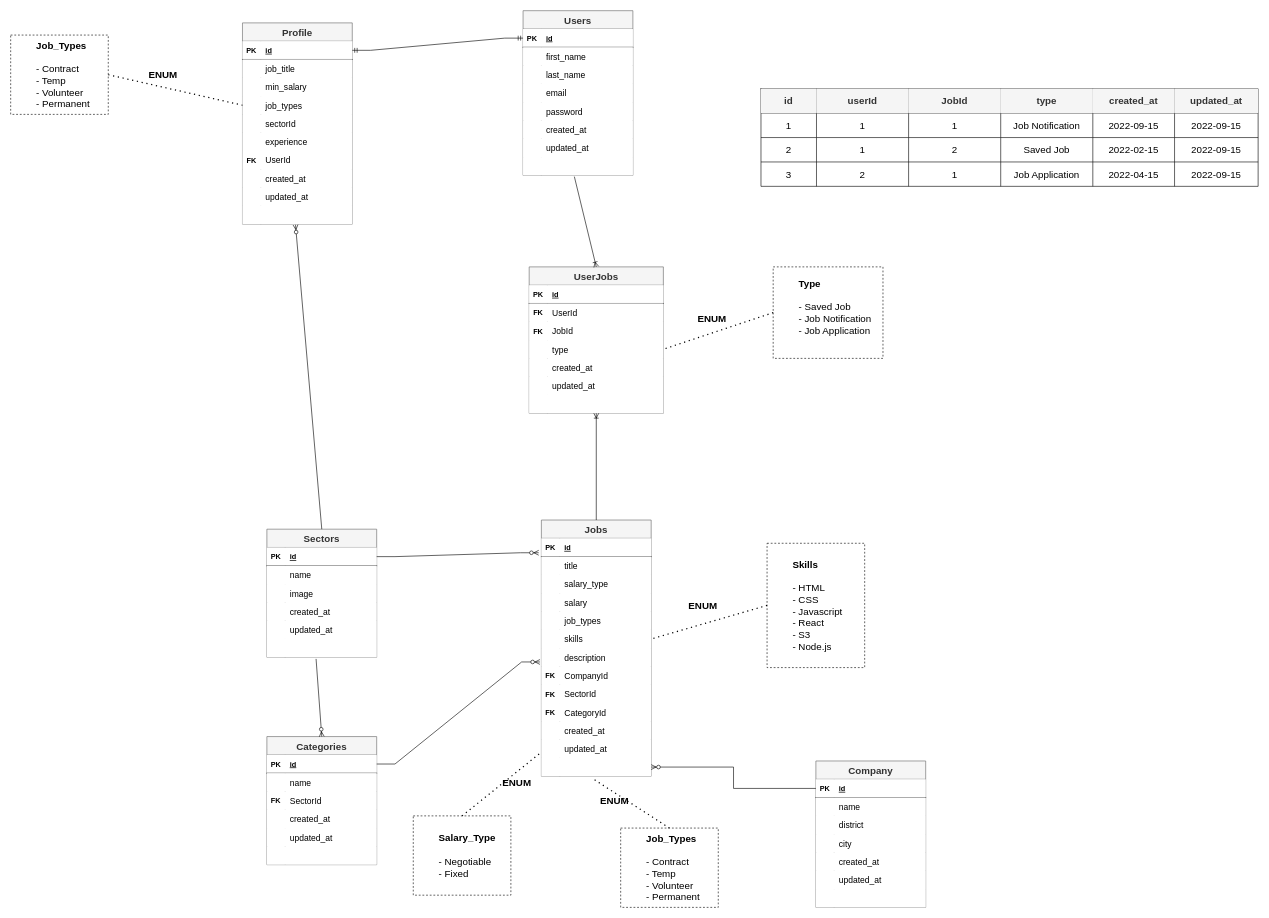
Above: page "Final" (11 of 12) of JobPlus/Untitled Diagram.drawio in kingsley-ijomah/draw.io (draw.io), before the change. Source tidied: cells renumbered, new cells numbered last; positions are measured from the earlier drawing's top-left corner, leaving out a move shared by most shapes. Both pictures are drawn from the tidied source at 61%, with x=0, y=0 at pixel (10, 10).
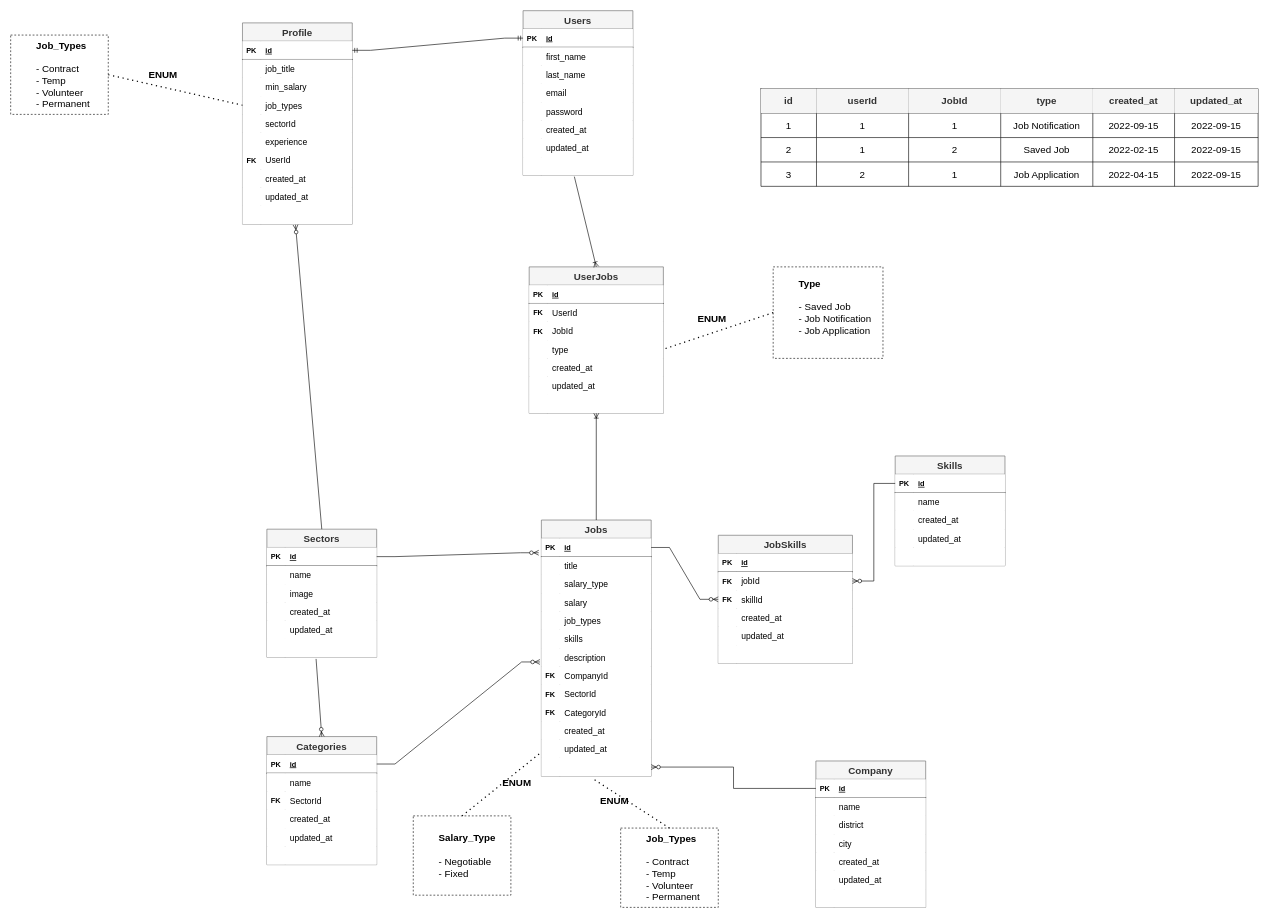
Above is the later version.

The change refers to these unchanged cells:
```xml
<mxCell id="69" style="shape=tableRow;horizontal=0;startSize=0;swimlaneHead=0;swimlaneBody=0;fillColor=default;points=[[0,0.5],[1,0.5]];portConstraint=eastwest;top=0;left=0;right=0;bottom=1;" parent="68" vertex="1">
  <mxGeometry y="30" width="180" height="30" as="geometry" />
</mxCell>
<mxCell id="84" style="shape=tableRow;horizontal=0;startSize=0;swimlaneHead=0;swimlaneBody=0;fillColor=default;points=[[0,0.5],[1,0.5]];portConstraint=eastwest;top=0;left=0;right=0;bottom=0;labelBorderColor=none;" parent="68" vertex="1">
  <mxGeometry y="180" width="180" height="30" as="geometry" />
</mxCell>
```

Diff of the diagram source:
```diff
@@
-    <mxCell id="169" value="&lt;blockquote style=&quot;margin: 0 0 0 40px; border: none; padding: 0px;&quot;&gt;&lt;b&gt;Skills&lt;/b&gt;&lt;/blockquote&gt;&lt;blockquote style=&quot;margin: 0 0 0 40px; border: none; padding: 0px;&quot;&gt;&lt;b&gt;&lt;br&gt;&lt;/b&gt;&lt;/blockquote&gt;&lt;blockquote style=&quot;margin: 0 0 0 40px; border: none; padding: 0px;&quot;&gt;- HTML&lt;/blockquote&gt;&lt;blockquote style=&quot;margin: 0 0 0 40px; border: none; padding: 0px;&quot;&gt;- CSS&lt;br&gt;- Javascript&lt;br&gt;- React&lt;br&gt;- S3&lt;br&gt;- Node.js&lt;/blockquote&gt;" style="rounded=0;whiteSpace=wrap;html=1;labelBackgroundColor=none;labelBorderColor=none;fontSize=16;fillColor=default;gradientColor=none;align=left;dashed=1;" parent="1" vertex="1">
-      <mxGeometry x="1240" y="873.1" width="160" height="203.8" as="geometry" />
-    </mxCell>
-    <mxCell id="170" style="endArrow=none;dashed=1;html=1;dashPattern=1 3;strokeWidth=2;rounded=0;fontSize=16;exitX=0;exitY=0.5;exitDx=0;exitDy=0;entryX=1;entryY=0.5;entryDx=0;entryDy=0;" parent="1" edge="1" source="169" target="84">
-      <mxGeometry relative="1" as="geometry" />
-    </mxCell>
-    <mxCell id="171" value="ENUM" style="text;html=1;strokeColor=none;fillColor=none;align=center;verticalAlign=middle;whiteSpace=wrap;rounded=0;dashed=1;labelBackgroundColor=none;labelBorderColor=none;fontSize=16;fontStyle=1;" parent="1" vertex="1">
-      <mxGeometry x="1105" y="960" width="60" height="30" as="geometry" />
-    </mxCell>
@@
+    <mxCell id="232" value="Skills" style="shape=table;startSize=30;childLayout=tableLayout;rowLines=0;fontStyle=1;align=center;labelBackgroundColor=none;labelBorderColor=none;fillColor=#f5f5f5;fontColor=#333333;strokeColor=#666666;gradientColor=none;fontSize=16;" parent="1" vertex="1">
+      <mxGeometry x="1450" y="730" width="180" height="180" as="geometry" />
+    </mxCell>
+    <mxCell id="233" style="shape=tableRow;horizontal=0;startSize=0;swimlaneHead=0;swimlaneBody=0;fillColor=default;points=[[0,0.5],[1,0.5]];portConstraint=eastwest;top=0;left=0;right=0;bottom=1;" parent="232" vertex="1">
+      <mxGeometry y="30" width="180" height="30" as="geometry" />
+    </mxCell>
+    <mxCell id="234" value="PK" style="shape=partialRectangle;fillColor=none;top=0;left=0;bottom=0;right=0;fontStyle=1;overflow=hidden;" parent="233" vertex="1">
+      <mxGeometry width="30" height="30" as="geometry" />
+    </mxCell>
+    <mxCell id="235" value="id" style="shape=partialRectangle;fillColor=none;top=0;left=0;bottom=0;right=0;align=left;spacingLeft=6;fontStyle=5;overflow=hidden;" parent="233" vertex="1">
+      <mxGeometry x="30" width="150" height="30" as="geometry" />
+    </mxCell>
+    <mxCell id="236" style="shape=tableRow;horizontal=0;startSize=0;swimlaneHead=0;swimlaneBody=0;fillColor=default;top=0;left=0;right=0;bottom=0;labelBorderColor=none;" parent="232" vertex="1">
+      <mxGeometry y="60" width="180" height="30" as="geometry" />
+    </mxCell>
+    <mxCell id="237" style="shape=partialRectangle;fillColor=none;top=0;left=0;bottom=0;right=0;overflow=hidden;" parent="236" vertex="1">
+      <mxGeometry width="30" height="30" as="geometry" />
+    </mxCell>
+    <mxCell id="238" value="name" style="shape=partialRectangle;fillColor=none;top=0;left=0;bottom=0;right=0;align=left;spacingLeft=6;overflow=hidden;fontSize=14;" parent="236" vertex="1">
+      <mxGeometry x="30" width="150" height="30" as="geometry" />
+    </mxCell>
+    <mxCell id="239" style="shape=tableRow;horizontal=0;startSize=0;swimlaneHead=0;swimlaneBody=0;fillColor=default;top=0;left=0;right=0;bottom=0;" parent="232" vertex="1">
+      <mxGeometry y="90" width="180" height="30" as="geometry" />
+    </mxCell>
+    <mxCell id="240" style="shape=partialRectangle;fillColor=none;top=0;left=0;bottom=0;right=0;overflow=hidden;" parent="239" vertex="1">
+      <mxGeometry width="30" height="30" as="geometry" />
+    </mxCell>
+    <mxCell id="241" value="created_at" style="shape=partialRectangle;fillColor=none;top=0;left=0;bottom=0;right=0;align=left;spacingLeft=6;overflow=hidden;fontSize=14;" parent="239" vertex="1">
+      <mxGeometry x="30" width="150" height="30" as="geometry" />
+    </mxCell>
+    <mxCell id="242" style="shape=tableRow;horizontal=0;startSize=0;swimlaneHead=0;swimlaneBody=0;fillColor=default;top=0;left=0;right=0;bottom=0;" parent="232" vertex="1">
+      <mxGeometry y="120" width="180" height="30" as="geometry" />
+    </mxCell>
+    <mxCell id="243" style="shape=partialRectangle;fillColor=none;top=0;left=0;bottom=0;right=0;overflow=hidden;" parent="242" vertex="1">
+      <mxGeometry width="30" height="30" as="geometry" />
+    </mxCell>
+    <mxCell id="244" value="updated_at" style="shape=partialRectangle;fillColor=none;top=0;left=0;bottom=0;right=0;align=left;spacingLeft=6;overflow=hidden;fontSize=14;" parent="242" vertex="1">
+      <mxGeometry x="30" width="150" height="30" as="geometry" />
+    </mxCell>
+    <mxCell id="245" style="shape=tableRow;horizontal=0;startSize=0;swimlaneHead=0;swimlaneBody=0;fillColor=default;top=0;left=0;right=0;bottom=0;" parent="232" vertex="1">
+      <mxGeometry y="150" width="180" height="30" as="geometry" />
+    </mxCell>
+    <mxCell id="246" style="shape=partialRectangle;fillColor=none;top=0;left=0;bottom=0;right=0;overflow=hidden;" parent="245" vertex="1">
+      <mxGeometry width="30" height="30" as="geometry" />
+    </mxCell>
+    <mxCell id="247" style="shape=partialRectangle;fillColor=none;top=0;left=0;bottom=0;right=0;align=left;spacingLeft=6;overflow=hidden;fontSize=14;" parent="245" vertex="1">
+      <mxGeometry x="30" width="150" height="30" as="geometry" />
+    </mxCell>
+    <mxCell id="248" value="JobSkills" style="shape=table;startSize=30;childLayout=tableLayout;rowLines=0;fontStyle=1;align=center;labelBackgroundColor=none;labelBorderColor=none;fillColor=#f5f5f5;fontColor=#333333;strokeColor=#666666;gradientColor=none;fontSize=16;" parent="1" vertex="1">
+      <mxGeometry x="1160" y="860" width="220" height="210" as="geometry" />
+    </mxCell>
+    <mxCell id="249" style="shape=tableRow;horizontal=0;startSize=0;swimlaneHead=0;swimlaneBody=0;fillColor=default;top=0;left=0;right=0;bottom=1;" parent="248" vertex="1">
+      <mxGeometry y="30" width="220" height="30" as="geometry" />
+    </mxCell>
+    <mxCell id="250" value="PK" style="shape=partialRectangle;fillColor=none;top=0;left=0;bottom=0;right=0;fontStyle=1;overflow=hidden;" parent="249" vertex="1">
+      <mxGeometry width="30" height="30" as="geometry" />
+    </mxCell>
+    <mxCell id="251" value="id" style="shape=partialRectangle;fillColor=none;top=0;left=0;bottom=0;right=0;align=left;spacingLeft=6;fontStyle=5;overflow=hidden;" parent="249" vertex="1">
+      <mxGeometry x="30" width="190" height="30" as="geometry" />
+    </mxCell>
+    <mxCell id="252" style="shape=tableRow;horizontal=0;startSize=0;swimlaneHead=0;swimlaneBody=0;fillColor=default;points=[[0,0.5],[1,0.5]];portConstraint=eastwest;top=0;left=0;right=0;bottom=0;labelBorderColor=none;" parent="248" vertex="1">
+      <mxGeometry y="60" width="220" height="30" as="geometry" />
+    </mxCell>
+    <mxCell id="253" value="FK" style="shape=partialRectangle;fillColor=none;top=0;left=0;bottom=0;right=0;overflow=hidden;fontStyle=1;" parent="252" vertex="1">
+      <mxGeometry width="30" height="30" as="geometry" />
+    </mxCell>
+    <mxCell id="254" value="jobId" style="shape=partialRectangle;fillColor=none;top=0;left=0;bottom=0;right=0;align=left;spacingLeft=6;overflow=hidden;fontSize=14;" parent="252" vertex="1">
+      <mxGeometry x="30" width="190" height="30" as="geometry" />
+    </mxCell>
+    <mxCell id="255" style="shape=tableRow;horizontal=0;startSize=0;swimlaneHead=0;swimlaneBody=0;fillColor=default;points=[[0,0.5],[1,0.5]];portConstraint=eastwest;top=0;left=0;right=0;bottom=0;labelBorderColor=none;" parent="248" vertex="1">
+      <mxGeometry y="90" width="220" height="30" as="geometry" />
+    </mxCell>
+    <mxCell id="256" value="FK" style="shape=partialRectangle;fillColor=none;top=0;left=0;bottom=0;right=0;overflow=hidden;fontStyle=1;" parent="255" vertex="1">
+      <mxGeometry width="30" height="30" as="geometry" />
+    </mxCell>
+    <mxCell id="257" value="skillId" style="shape=partialRectangle;fillColor=none;top=0;left=0;bottom=0;right=0;align=left;spacingLeft=6;overflow=hidden;fontSize=14;" parent="255" vertex="1">
+      <mxGeometry x="30" width="190" height="30" as="geometry" />
+    </mxCell>
+    <mxCell id="258" style="shape=tableRow;horizontal=0;startSize=0;swimlaneHead=0;swimlaneBody=0;fillColor=default;top=0;left=0;right=0;bottom=0;" parent="248" vertex="1">
+      <mxGeometry y="120" width="220" height="30" as="geometry" />
+    </mxCell>
+    <mxCell id="259" style="shape=partialRectangle;fillColor=none;top=0;left=0;bottom=0;right=0;overflow=hidden;" parent="258" vertex="1">
+      <mxGeometry width="30" height="30" as="geometry" />
+    </mxCell>
+    <mxCell id="260" value="created_at" style="shape=partialRectangle;fillColor=none;top=0;left=0;bottom=0;right=0;align=left;spacingLeft=6;overflow=hidden;fontSize=14;" parent="258" vertex="1">
+      <mxGeometry x="30" width="190" height="30" as="geometry" />
+    </mxCell>
+    <mxCell id="261" style="shape=tableRow;horizontal=0;startSize=0;swimlaneHead=0;swimlaneBody=0;fillColor=default;top=0;left=0;right=0;bottom=0;" parent="248" vertex="1">
+      <mxGeometry y="150" width="220" height="30" as="geometry" />
+    </mxCell>
+    <mxCell id="262" style="shape=partialRectangle;fillColor=none;top=0;left=0;bottom=0;right=0;overflow=hidden;" parent="261" vertex="1">
+      <mxGeometry width="30" height="30" as="geometry" />
+    </mxCell>
+    <mxCell id="263" value="updated_at" style="shape=partialRectangle;fillColor=none;top=0;left=0;bottom=0;right=0;align=left;spacingLeft=6;overflow=hidden;fontSize=14;" parent="261" vertex="1">
+      <mxGeometry x="30" width="190" height="30" as="geometry" />
+    </mxCell>
+    <mxCell id="264" style="shape=tableRow;horizontal=0;startSize=0;swimlaneHead=0;swimlaneBody=0;fillColor=default;top=0;left=0;right=0;bottom=0;" parent="248" vertex="1">
+      <mxGeometry y="180" width="220" height="30" as="geometry" />
+    </mxCell>
+    <mxCell id="265" style="shape=partialRectangle;fillColor=none;top=0;left=0;bottom=0;right=0;overflow=hidden;" parent="264" vertex="1">
+      <mxGeometry width="30" height="30" as="geometry" />
+    </mxCell>
+    <mxCell id="266" style="shape=partialRectangle;fillColor=none;top=0;left=0;bottom=0;right=0;align=left;spacingLeft=6;overflow=hidden;fontSize=14;" parent="264" vertex="1">
+      <mxGeometry x="30" width="190" height="30" as="geometry" />
+    </mxCell>
+    <mxCell id="267" style="edgeStyle=entityRelationEdgeStyle;fontSize=12;html=1;endArrow=ERzeroToMany;endFill=1;rounded=0;exitX=1;exitY=0.5;exitDx=0;exitDy=0;entryX=0;entryY=0.5;entryDx=0;entryDy=0;" parent="1" edge="1" source="69" target="255">
+      <mxGeometry relative="1" as="geometry" />
+    </mxCell>
+    <mxCell id="268" style="edgeStyle=orthogonalEdgeStyle;fontSize=12;html=1;endArrow=ERzeroToMany;endFill=1;rounded=0;exitX=0;exitY=0.5;exitDx=0;exitDy=0;entryX=1;entryY=0.5;entryDx=0;entryDy=0;" parent="1" edge="1" source="233" target="252">
+      <mxGeometry relative="1" as="geometry" />
+    </mxCell>
```
